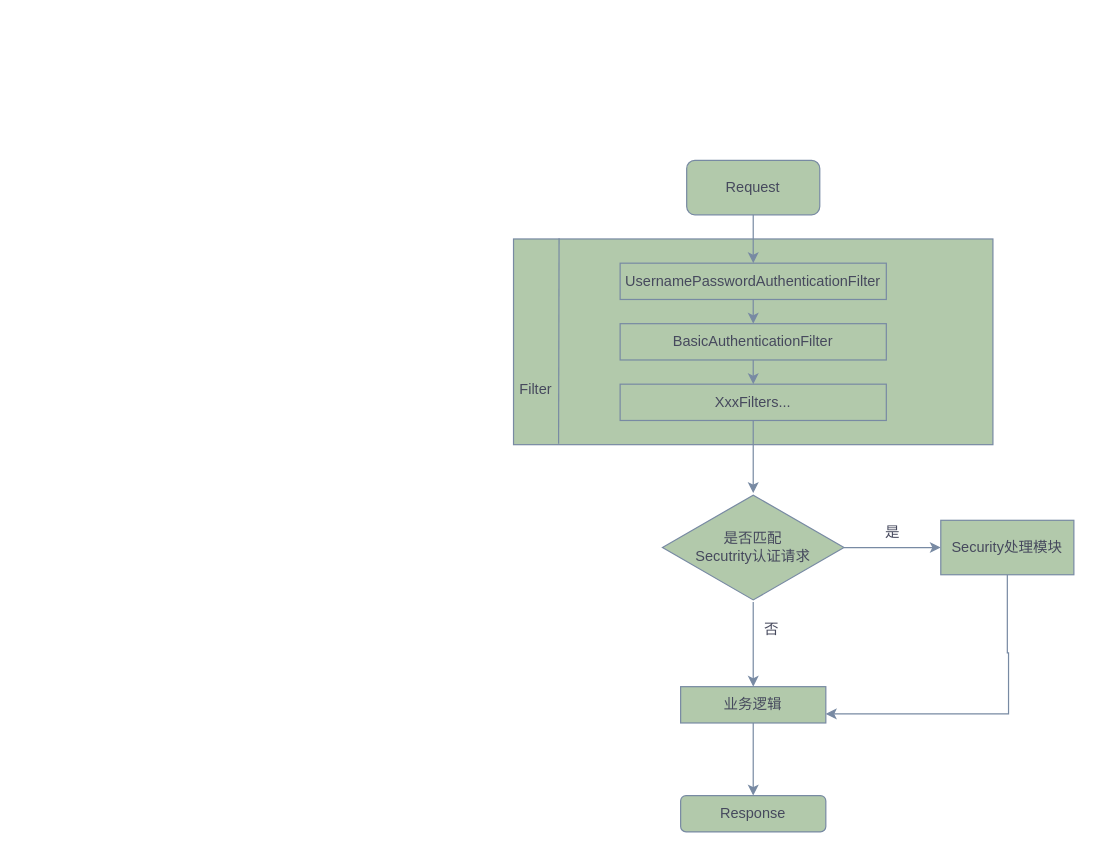
The draw.io diagram 基本认证核心.drawio in lixi47/java--, before the edit. Source tidied: cells renumbered, new cells numbered last; positions are measured from the earlier drawing's top-left corner, leaving out a move shared by most shapes. Both pictures are drawn from the tidied source at 121%, with x=0, y=0 at pixel (505, 160).
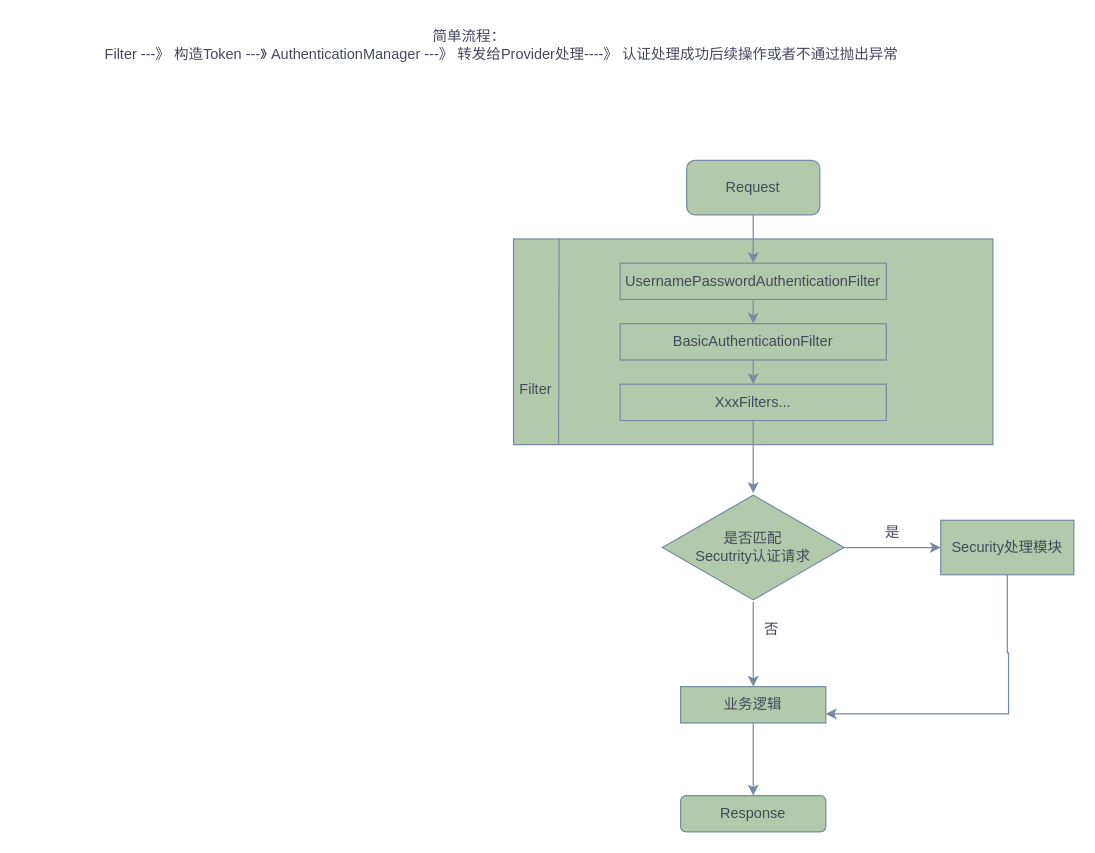
Above is the later version.

Commit message (it also covers changes not shown here):
更新基本认证核心.drawio

What changed in the source:
```diff
@@
+    <mxCell id="23" value="简单流程：&lt;div&gt;&lt;span style=&quot;white-space: pre;&quot;&gt;&#9;&lt;/span&gt;&lt;span style=&quot;white-space: pre;&quot;&gt;&#9;&lt;/span&gt;Filter ---》 构造Token ---》 AuthenticationManager ---》 转发给Provider处理----》 认证处理成功后续操作或者不通过抛出异常&lt;br&gt;&lt;/div&gt;" style="text;html=1;align=center;verticalAlign=middle;strokeColor=none;fillColor=none;fontColor=#46495D;" parent="1" vertex="1">
+      <mxGeometry x="-400" y="-115" width="740" height="40" as="geometry" />
+    </mxCell>
```
